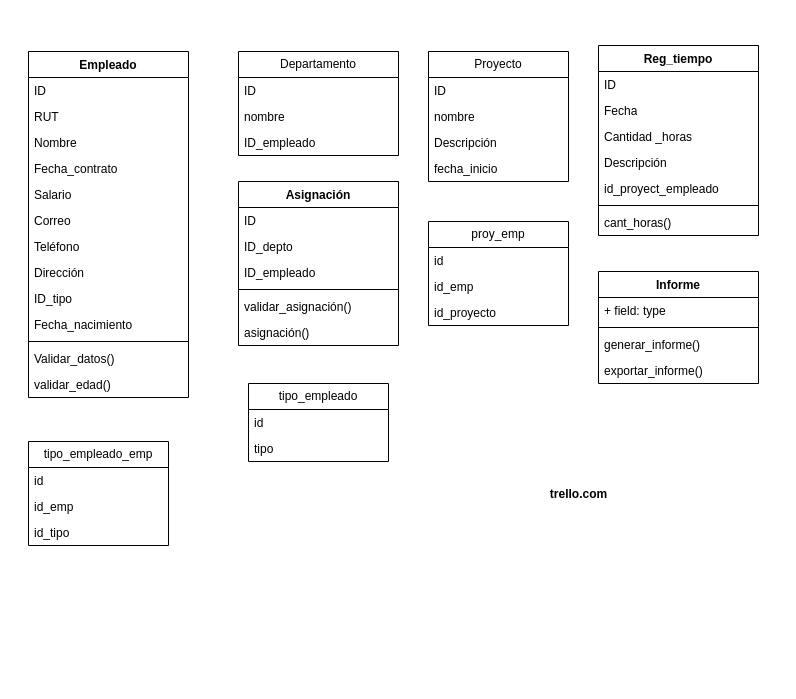
Earlier version of the draw.io diagram ev1adad.drawio (Wiccaos/Ev2). Source tidied: cells renumbered, new cells numbered last; positions are measured from the earlier drawing's top-left corner, leaving out a move shared by most shapes. Both pictures are drawn from the tidied source at 100%, with x=0, y=0 at pixel (28, 45).
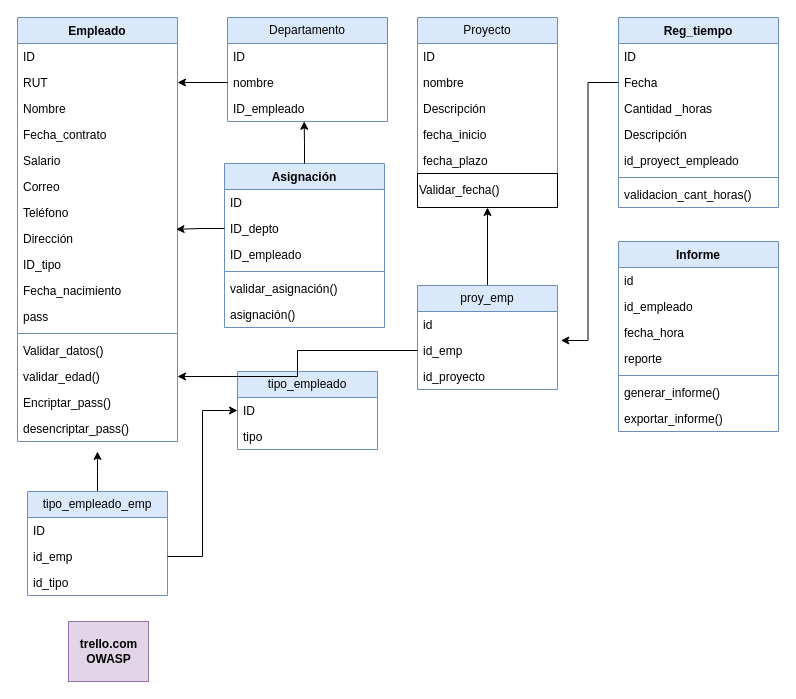
The same diagram, later.

The change refers to these unchanged cells:
```xml
<mxCell id="4" value="nombre" style="text;strokeColor=none;fillColor=none;align=left;verticalAlign=top;spacingLeft=4;spacingRight=4;overflow=hidden;points=[[0,0.5],[1,0.5]];portConstraint=eastwest;whiteSpace=wrap;html=1;" parent="2" vertex="1">
  <mxGeometry y="52" width="160" height="26" as="geometry" />
</mxCell>
<mxCell id="5" value="ID_empleado" style="text;strokeColor=none;fillColor=none;align=left;verticalAlign=top;spacingLeft=4;spacingRight=4;overflow=hidden;points=[[0,0.5],[1,0.5]];portConstraint=eastwest;whiteSpace=wrap;html=1;" parent="2" vertex="1">
  <mxGeometry y="78" width="160" height="26" as="geometry" />
</mxCell>
<mxCell id="8" value="RUT" style="text;strokeColor=none;fillColor=none;align=left;verticalAlign=top;spacingLeft=4;spacingRight=4;overflow=hidden;points=[[0,0.5],[1,0.5]];portConstraint=eastwest;whiteSpace=wrap;html=1;" parent="6" vertex="1">
  <mxGeometry y="52" width="160" height="26" as="geometry" />
</mxCell>
<mxCell id="14" value="Dirección" style="text;strokeColor=none;fillColor=none;align=left;verticalAlign=top;spacingLeft=4;spacingRight=4;overflow=hidden;points=[[0,0.5],[1,0.5]];portConstraint=eastwest;whiteSpace=wrap;html=1;" parent="6" vertex="1">
  <mxGeometry y="208" width="160" height="26" as="geometry" />
</mxCell>
<mxCell id="22" value="ID_depto" style="text;strokeColor=none;fillColor=none;align=left;verticalAlign=top;spacingLeft=4;spacingRight=4;overflow=hidden;points=[[0,0.5],[1,0.5]];portConstraint=eastwest;whiteSpace=wrap;html=1;" parent="20" vertex="1">
  <mxGeometry y="52" width="160" height="26" as="geometry" />
</mxCell>
<mxCell id="29" value="Fecha" style="text;strokeColor=none;fillColor=none;align=left;verticalAlign=top;spacingLeft=4;spacingRight=4;overflow=hidden;points=[[0,0.5],[1,0.5]];portConstraint=eastwest;whiteSpace=wrap;html=1;" parent="27" vertex="1">
  <mxGeometry y="52" width="160" height="26" as="geometry" />
</mxCell>
<mxCell id="42" value="id_emp" style="text;strokeColor=none;fillColor=none;align=left;verticalAlign=top;spacingLeft=4;spacingRight=4;overflow=hidden;points=[[0,0.5],[1,0.5]];portConstraint=eastwest;whiteSpace=wrap;html=1;" parent="40" vertex="1">
  <mxGeometry y="52" width="140" height="26" as="geometry" />
</mxCell>
<mxCell id="49" value="id_emp" style="text;strokeColor=none;fillColor=none;align=left;verticalAlign=top;spacingLeft=4;spacingRight=4;overflow=hidden;points=[[0,0.5],[1,0.5]];portConstraint=eastwest;whiteSpace=wrap;html=1;" parent="47" vertex="1">
  <mxGeometry y="52" width="140" height="26" as="geometry" />
</mxCell>
```

The edit, as a diff of the source:
```diff
@@
-    <mxCell id="2" value="Departamento" style="swimlane;fontStyle=0;horizontal=1;startSize=26;fillColor=none;whiteSpace=wrap;html=1;" parent="1" vertex="1">
-      <mxGeometry x="210" y="6" width="160" height="104" as="geometry" />
+    <mxCell id="2" value="Departamento" style="swimlane;fontStyle=0;horizontal=1;startSize=26;fillColor=#dae8fc;whiteSpace=wrap;html=1;strokeColor=#6c8ebf;" parent="1" vertex="1">
+      <mxGeometry x="199" y="-28" width="160" height="104" as="geometry" />
     </mxCell>
@@
-    <mxCell id="6" value="Empleado" style="swimlane;fontStyle=1;align=center;verticalAlign=top;horizontal=1;startSize=26;whiteSpace=wrap;html=1;" parent="1" vertex="1">
-      <mxGeometry y="6" width="160" height="346" as="geometry" />
+    <mxCell id="6" value="Empleado" style="swimlane;fontStyle=1;align=center;verticalAlign=top;horizontal=1;startSize=26;whiteSpace=wrap;html=1;fillColor=#dae8fc;strokeColor=#6c8ebf;" parent="1" vertex="1">
+      <mxGeometry x="-11" y="-28" width="160" height="424" as="geometry" />
     </mxCell>
@@
+    <mxCell id="57" value="pass" style="text;strokeColor=none;fillColor=none;align=left;verticalAlign=top;spacingLeft=4;spacingRight=4;overflow=hidden;whiteSpace=wrap;html=1;" parent="6" vertex="1">
+      <mxGeometry y="286" width="160" height="26" as="geometry" />
+    </mxCell>
     <mxCell id="17" style="line;strokeWidth=1;fillColor=none;align=left;verticalAlign=middle;spacingTop=-1;spacingLeft=3;spacingRight=3;labelPosition=right;strokeColor=inherit;" parent="6" vertex="1">
-      <mxGeometry y="286" width="160" height="8" as="geometry" />
+      <mxGeometry y="312" width="160" height="8" as="geometry" />
     </mxCell>
     <mxCell id="18" value="Validar_datos()" style="text;strokeColor=none;fillColor=none;align=left;verticalAlign=top;spacingLeft=4;spacingRight=4;overflow=hidden;whiteSpace=wrap;html=1;" parent="6" vertex="1">
-      <mxGeometry y="294" width="160" height="26" as="geometry" />
+      <mxGeometry y="320" width="160" height="26" as="geometry" />
     </mxCell>
     <mxCell id="19" value="validar_edad()" style="text;strokeColor=none;fillColor=none;align=left;verticalAlign=top;spacingLeft=4;spacingRight=4;overflow=hidden;points=[[0,0.5],[1,0.5]];portConstraint=eastwest;whiteSpace=wrap;html=1;" parent="6" vertex="1">
-      <mxGeometry y="320" width="160" height="26" as="geometry" />
+      <mxGeometry y="346" width="160" height="26" as="geometry" />
     </mxCell>
+    <mxCell id="58" value="Encriptar_pass()" style="text;strokeColor=none;fillColor=none;align=left;verticalAlign=top;spacingLeft=4;spacingRight=4;overflow=hidden;whiteSpace=wrap;html=1;" parent="6" vertex="1">
+      <mxGeometry y="372" width="160" height="26" as="geometry" />
+    </mxCell>
+    <mxCell id="59" value="desencriptar_pass()" style="text;strokeColor=none;fillColor=none;align=left;verticalAlign=top;spacingLeft=4;spacingRight=4;overflow=hidden;whiteSpace=wrap;html=1;" parent="6" vertex="1">
+      <mxGeometry y="398" width="160" height="26" as="geometry" />
+    </mxCell>
-    <mxCell id="20" value="Asignación" style="swimlane;fontStyle=1;align=center;verticalAlign=top;horizontal=1;startSize=26;whiteSpace=wrap;html=1;" parent="1" vertex="1">
-      <mxGeometry x="210" y="136" width="160" height="164" as="geometry" />
+    <mxCell id="20" value="Asignación" style="swimlane;fontStyle=1;align=center;verticalAlign=top;horizontal=1;startSize=26;whiteSpace=wrap;html=1;fillColor=#dae8fc;strokeColor=#6c8ebf;" parent="1" vertex="1">
+      <mxGeometry x="196" y="118" width="160" height="164" as="geometry" />
     </mxCell>
@@
-    <mxCell id="27" value="Reg_tiempo" style="swimlane;fontStyle=1;align=center;verticalAlign=top;horizontal=1;startSize=26;whiteSpace=wrap;html=1;" parent="1" vertex="1">
-      <mxGeometry x="570" width="160" height="190" as="geometry" />
+    <mxCell id="27" value="Reg_tiempo" style="swimlane;fontStyle=1;align=center;verticalAlign=top;horizontal=1;startSize=26;whiteSpace=wrap;html=1;fillColor=#dae8fc;strokeColor=#6c8ebf;" parent="1" vertex="1">
+      <mxGeometry x="590" y="-28" width="160" height="190" as="geometry" />
     </mxCell>
@@
-    <mxCell id="34" value="cant_horas()" style="text;strokeColor=none;fillColor=none;align=left;verticalAlign=top;spacingLeft=4;spacingRight=4;overflow=hidden;whiteSpace=wrap;html=1;" parent="27" vertex="1">
+    <mxCell id="34" value="validacion_cant_horas()" style="text;strokeColor=none;fillColor=none;align=left;verticalAlign=top;spacingLeft=4;spacingRight=4;overflow=hidden;whiteSpace=wrap;html=1;" parent="27" vertex="1">
       <mxGeometry y="164" width="160" height="26" as="geometry" />
     </mxCell>
-    <mxCell id="35" value="Proyecto" style="swimlane;fontStyle=0;horizontal=1;startSize=26;fillColor=none;whiteSpace=wrap;html=1;" parent="1" vertex="1">
-      <mxGeometry x="400" y="6" width="140" height="130" as="geometry" />
+    <mxCell id="35" value="Proyecto" style="swimlane;fontStyle=0;horizontal=1;startSize=26;fillColor=#dae8fc;whiteSpace=wrap;html=1;strokeColor=#6c8ebf;" parent="1" vertex="1">
+      <mxGeometry x="389" y="-28" width="140" height="190" as="geometry" />
     </mxCell>
@@
+    <mxCell id="60" value="fecha_plazo" style="text;strokeColor=none;fillColor=none;align=left;verticalAlign=top;spacingLeft=4;spacingRight=4;overflow=hidden;whiteSpace=wrap;html=1;" parent="35" vertex="1">
+      <mxGeometry y="130" width="140" height="26" as="geometry" />
+    </mxCell>
+    <mxCell id="61" value="Validar_fecha()" style="html=1;whiteSpace=wrap;align=left;fillColor=none;" parent="35" vertex="1">
+      <mxGeometry y="156" width="140" height="34" as="geometry" />
+    </mxCell>
+    <mxCell id="62" style="edgeStyle=orthogonalEdgeStyle;rounded=0;jettySize=auto;html=1;" parent="1" edge="1" source="40">
+      <mxGeometry relative="1" as="geometry">
+        <mxPoint x="69" y="406" as="targetPoint" />
+      </mxGeometry>
+    </mxCell>
-    <mxCell id="40" value="tipo_empleado_emp" style="swimlane;fontStyle=0;horizontal=1;startSize=26;fillColor=none;whiteSpace=wrap;html=1;" parent="1" vertex="1">
-      <mxGeometry y="396" width="140" height="104" as="geometry" />
+    <mxCell id="40" value="tipo_empleado_emp" style="swimlane;fontStyle=0;horizontal=1;startSize=26;fillColor=#dae8fc;whiteSpace=wrap;html=1;strokeColor=#6c8ebf;" parent="1" vertex="1">
+      <mxGeometry x="-1" y="446" width="140" height="104" as="geometry" />
     </mxCell>
-    <mxCell id="41" value="id" style="text;strokeColor=none;fillColor=none;align=left;verticalAlign=top;spacingLeft=4;spacingRight=4;overflow=hidden;whiteSpace=wrap;html=1;" parent="40" vertex="1">
+    <mxCell id="41" value="ID" style="text;strokeColor=none;fillColor=none;align=left;verticalAlign=top;spacingLeft=4;spacingRight=4;overflow=hidden;whiteSpace=wrap;html=1;" parent="40" vertex="1">
       <mxGeometry y="26" width="140" height="26" as="geometry" />
     </mxCell>
@@
-    <mxCell id="44" value="tipo_empleado" style="swimlane;fontStyle=0;horizontal=1;startSize=26;fillColor=none;whiteSpace=wrap;html=1;" parent="1" vertex="1">
-      <mxGeometry x="220" y="338" width="140" height="78" as="geometry" />
+    <mxCell id="44" value="tipo_empleado" style="swimlane;fontStyle=0;horizontal=1;startSize=26;fillColor=#dae8fc;whiteSpace=wrap;html=1;strokeColor=#6c8ebf;" parent="1" vertex="1">
+      <mxGeometry x="209" y="326" width="140" height="78" as="geometry" />
     </mxCell>
-    <mxCell id="45" value="id" style="text;strokeColor=none;fillColor=none;align=left;verticalAlign=top;spacingLeft=4;spacingRight=4;overflow=hidden;points=[[0,0.5],[1,0.5]];portConstraint=eastwest;whiteSpace=wrap;html=1;" parent="44" vertex="1">
+    <mxCell id="45" value="ID" style="text;strokeColor=none;fillColor=none;align=left;verticalAlign=top;spacingLeft=4;spacingRight=4;overflow=hidden;points=[[0,0.5],[1,0.5]];portConstraint=eastwest;whiteSpace=wrap;html=1;" parent="44" vertex="1">
       <mxGeometry y="26" width="140" height="26" as="geometry" />
     </mxCell>
@@
+    <mxCell id="63" style="edgeStyle=orthogonalEdgeStyle;rounded=0;jettySize=auto;html=1;entryX=0.5;entryY=1;entryDx=0;entryDy=0;" parent="1" edge="1" source="47" target="61">
+      <mxGeometry relative="1" as="geometry" />
+    </mxCell>
-    <mxCell id="47" value="proy_emp" style="swimlane;fontStyle=0;horizontal=1;startSize=26;fillColor=none;whiteSpace=wrap;html=1;" parent="1" vertex="1">
-      <mxGeometry x="400" y="176" width="140" height="104" as="geometry" />
+    <mxCell id="47" value="proy_emp" style="swimlane;fontStyle=0;horizontal=1;startSize=26;fillColor=#dae8fc;whiteSpace=wrap;html=1;strokeColor=#6c8ebf;" parent="1" vertex="1">
+      <mxGeometry x="389" y="240" width="140" height="104" as="geometry" />
     </mxCell>
@@
-    <mxCell id="51" value="Informe" style="swimlane;fontStyle=1;align=center;verticalAlign=top;horizontal=1;startSize=26;whiteSpace=wrap;html=1;" parent="1" vertex="1">
-      <mxGeometry x="570" y="226" width="160" height="112" as="geometry" />
+    <mxCell id="51" value="Informe" style="swimlane;fontStyle=1;align=center;verticalAlign=top;horizontal=1;startSize=26;whiteSpace=wrap;html=1;fillColor=#dae8fc;strokeColor=#6c8ebf;" parent="1" vertex="1">
+      <mxGeometry x="590" y="196" width="160" height="190" as="geometry" />
     </mxCell>
-    <mxCell id="52" value="+ field: type" style="text;strokeColor=none;fillColor=none;align=left;verticalAlign=top;spacingLeft=4;spacingRight=4;overflow=hidden;whiteSpace=wrap;html=1;" parent="51" vertex="1">
+    <mxCell id="52" value="id" style="text;strokeColor=none;fillColor=none;align=left;verticalAlign=top;spacingLeft=4;spacingRight=4;overflow=hidden;whiteSpace=wrap;html=1;" parent="51" vertex="1">
       <mxGeometry y="26" width="160" height="26" as="geometry" />
     </mxCell>
+    <mxCell id="64" value="id_empleado" style="text;strokeColor=none;fillColor=none;align=left;verticalAlign=top;spacingLeft=4;spacingRight=4;overflow=hidden;whiteSpace=wrap;html=1;" parent="51" vertex="1">
+      <mxGeometry y="52" width="160" height="26" as="geometry" />
+    </mxCell>
+    <mxCell id="65" value="fecha_hora" style="text;strokeColor=none;fillColor=none;align=left;verticalAlign=top;spacingLeft=4;spacingRight=4;overflow=hidden;whiteSpace=wrap;html=1;" parent="51" vertex="1">
+      <mxGeometry y="78" width="160" height="26" as="geometry" />
+    </mxCell>
+    <mxCell id="66" value="reporte" style="text;strokeColor=none;fillColor=none;align=left;verticalAlign=top;spacingLeft=4;spacingRight=4;overflow=hidden;whiteSpace=wrap;html=1;" parent="51" vertex="1">
+      <mxGeometry y="104" width="160" height="26" as="geometry" />
+    </mxCell>
     <mxCell id="53" style="line;strokeWidth=1;fillColor=none;align=left;verticalAlign=middle;spacingTop=-1;spacingLeft=3;spacingRight=3;labelPosition=right;strokeColor=inherit;" parent="51" vertex="1">
-      <mxGeometry y="52" width="160" height="8" as="geometry" />
+      <mxGeometry y="130" width="160" height="8" as="geometry" />
     </mxCell>
     <mxCell id="54" value="generar_informe()" style="text;strokeColor=none;fillColor=none;align=left;verticalAlign=top;spacingLeft=4;spacingRight=4;overflow=hidden;whiteSpace=wrap;html=1;" parent="51" vertex="1">
-      <mxGeometry y="60" width="160" height="26" as="geometry" />
+      <mxGeometry y="138" width="160" height="26" as="geometry" />
     </mxCell>
     <mxCell id="55" value="exportar_informe()" style="text;strokeColor=none;fillColor=none;align=left;verticalAlign=top;spacingLeft=4;spacingRight=4;overflow=hidden;whiteSpace=wrap;html=1;" parent="51" vertex="1">
-      <mxGeometry y="86" width="160" height="26" as="geometry" />
+      <mxGeometry y="164" width="160" height="26" as="geometry" />
     </mxCell>
-    <mxCell id="56" value="trello.com" style="text;align=center;fontStyle=1;verticalAlign=middle;spacingLeft=3;spacingRight=3;strokeColor=none;html=1;" parent="1" vertex="1">
-      <mxGeometry x="510" y="436" width="80" height="26" as="geometry" />
+    <mxCell id="56" value="trello.com&lt;div&gt;OWASP&lt;/div&gt;" style="text;align=center;fontStyle=1;verticalAlign=middle;spacingLeft=3;spacingRight=3;strokeColor=#9673a6;html=1;fillColor=#e1d5e7;" parent="1" vertex="1">
+      <mxGeometry x="40" y="576" width="80" height="60" as="geometry" />
     </mxCell>
+    <mxCell id="67" style="edgeStyle=orthogonalEdgeStyle;rounded=0;jettySize=auto;html=1;entryX=1;entryY=0.5;entryDx=0;entryDy=0;" parent="1" edge="1" source="4" target="8">
+      <mxGeometry relative="1" as="geometry" />
+    </mxCell>
+    <mxCell id="68" style="edgeStyle=orthogonalEdgeStyle;rounded=0;jettySize=auto;html=1;entryX=0.479;entryY=0.992;entryDx=0;entryDy=0;entryPerimeter=0;" parent="1" edge="1" source="20" target="5">
+      <mxGeometry relative="1" as="geometry" />
+    </mxCell>
+    <mxCell id="69" style="edgeStyle=orthogonalEdgeStyle;rounded=0;jettySize=auto;html=1;entryX=0.991;entryY=0.146;entryDx=0;entryDy=0;entryPerimeter=0;" parent="1" edge="1" source="22" target="14">
+      <mxGeometry relative="1" as="geometry" />
+    </mxCell>
+    <mxCell id="70" style="edgeStyle=orthogonalEdgeStyle;rounded=0;jettySize=auto;html=1;entryX=1;entryY=0.5;entryDx=0;entryDy=0;" parent="1" edge="1" source="49" target="19">
+      <mxGeometry relative="1" as="geometry" />
+    </mxCell>
+    <mxCell id="71" style="edgeStyle=orthogonalEdgeStyle;rounded=0;jettySize=auto;html=1;entryX=0;entryY=0.5;entryDx=0;entryDy=0;" parent="1" edge="1" source="42" target="45">
+      <mxGeometry relative="1" as="geometry" />
+    </mxCell>
+    <mxCell id="72" style="edgeStyle=orthogonalEdgeStyle;rounded=0;jettySize=auto;html=1;entryX=1.024;entryY=0.115;entryDx=0;entryDy=0;entryPerimeter=0;" parent="1" edge="1" source="29" target="49">
+      <mxGeometry relative="1" as="geometry" />
+    </mxCell>
```
